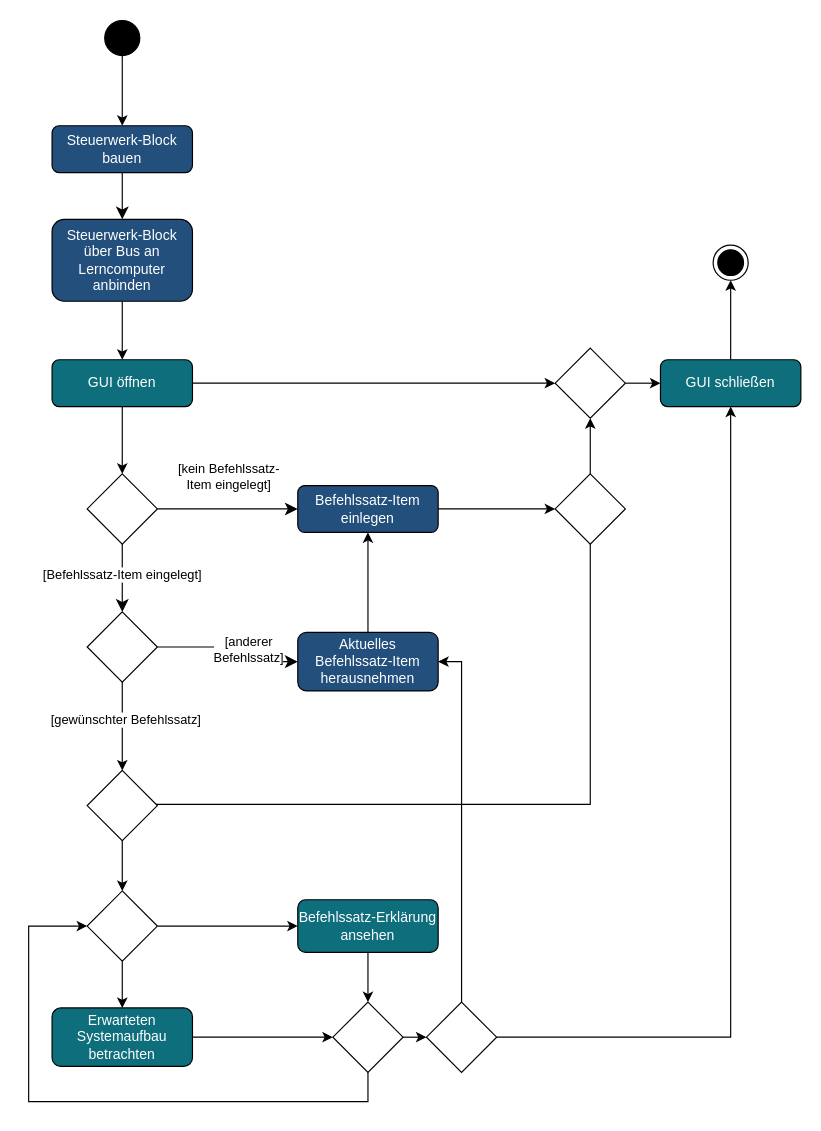
Before: AktivitaetsdiagrammSteuerwerk.drawio in LundiNord/RISCJ-Diagramms, a draw.io diagram. Source tidied: cells renumbered, new cells numbered last; positions are measured from the earlier drawing's top-left corner, leaving out a move shared by most shapes. Both pictures are drawn from the tidied source at 117%, with x=0, y=0 at pixel (28, 20).
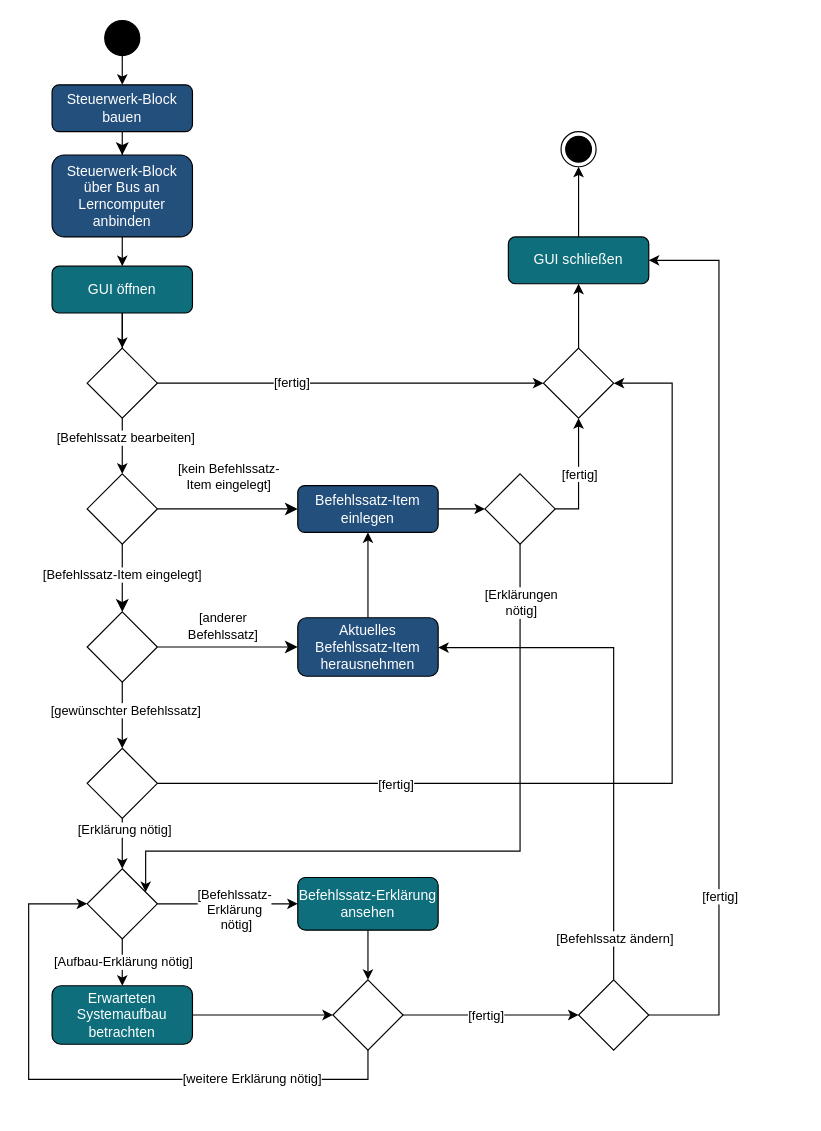
After the change.

Unchanged cells that the change refers to:
```xml
<mxCell id="6" style="rhombus;whiteSpace=wrap;html=1;shadow=0;fontFamily=Helvetica;fontSize=12;align=center;strokeWidth=1;spacing=6;spacingTop=-4;" parent="1" vertex="1">
  <mxGeometry x="50" y="387.5" width="60" height="60" as="geometry" />
</mxCell>
<mxCell id="9" value="Befehlssatz-Item einlegen" style="rounded=1;whiteSpace=wrap;html=1;fontSize=12;glass=0;strokeWidth=1;shadow=0;fontColor=#ffffff;fillColor=#234F7C;" parent="1" vertex="1">
  <mxGeometry x="230" y="397.5" width="120" height="40" as="geometry" />
</mxCell>
<mxCell id="25" style="edgeStyle=orthogonalEdgeStyle;rounded=0;jettySize=auto;html=1;" parent="1" edge="1" source="27" target="29">
  <mxGeometry relative="1" as="geometry" />
</mxCell>
<mxCell id="26" style="edgeStyle=orthogonalEdgeStyle;rounded=0;jettySize=auto;html=1;" parent="1" edge="1" source="27" target="31">
  <mxGeometry relative="1" as="geometry" />
</mxCell>
```

What changed in the source:
```diff
@@
     <mxCell id="3" value="Steuerwerk-Block bauen" style="rounded=1;whiteSpace=wrap;html=1;fontSize=12;glass=0;strokeWidth=1;shadow=0;fontColor=#ffffff;fillColor=#234f7c;" parent="1" vertex="1">
-      <mxGeometry x="20" y="90" width="120" height="40" as="geometry" />
+      <mxGeometry x="20" y="55" width="120" height="40" as="geometry" />
     </mxCell>
@@
     <mxCell id="7" style="edgeStyle=orthogonalEdgeStyle;rounded=0;jettySize=auto;html=1;" parent="1" edge="1" source="39" target="27">
       <mxGeometry relative="1" as="geometry">
         <Array as="points">
-          <mxPoint x="480" y="670" />
-          <mxPoint x="80" y="670" />
+          <mxPoint x="420" y="710" />
+          <mxPoint x="100" y="710" />
         </Array>
       </mxGeometry>
     </mxCell>
-    <mxCell id="8" style="edgeStyle=orthogonalEdgeStyle;rounded=0;jettySize=auto;html=1;" parent="1" edge="1" source="42" target="24">
-      <mxGeometry relative="1" as="geometry">
-        <Array as="points">
-          <mxPoint x="480" y="310" />
-        </Array>
-      </mxGeometry>
-    </mxCell>
+    <mxCell id="44" value="[Erklärungen &lt;br&gt;nötig]" style="edgeLabel;html=1;align=center;verticalAlign=middle;" parent="7" vertex="1">
+      <mxGeometry x="-0.64" y="1" relative="1" as="geometry">
+        <mxPoint x="-1" y="-61" as="offset" />
+      </mxGeometry>
+    </mxCell>
@@
     <mxCell id="15" value="Aktuelles Befehlssatz-Item herausnehmen" style="rounded=1;whiteSpace=wrap;html=1;fontSize=12;glass=0;strokeWidth=1;shadow=0;fontColor=#ffffff;fillColor=#234F7C;" parent="1" vertex="1">
-      <mxGeometry x="230" y="523" width="120" height="50" as="geometry" />
+      <mxGeometry x="230" y="510.5" width="120" height="50" as="geometry" />
     </mxCell>
@@
     <mxCell id="18" style="edgeStyle=orthogonalEdgeStyle;rounded=0;jettySize=auto;html=1;" parent="1" edge="1" source="19" target="22">
-      <mxGeometry relative="1" as="geometry">
-        <Array as="points">
-          <mxPoint x="80" y="260" />
-          <mxPoint x="80" y="260" />
-        </Array>
-      </mxGeometry>
+      <mxGeometry relative="1" as="geometry" />
     </mxCell>
     <mxCell id="19" value="Steuerwerk-Block über Bus an Lerncomputer anbinden" style="rounded=1;whiteSpace=wrap;html=1;fontSize=12;glass=0;strokeWidth=1;shadow=0;fontColor=#ffffff;fillColor=#234f7c;" parent="1" vertex="1">
-      <mxGeometry x="20" y="170" width="120" height="70" as="geometry" />
+      <mxGeometry x="20" y="115" width="120" height="70" as="geometry" />
     </mxCell>
-    <mxCell id="20" style="edgeStyle=orthogonalEdgeStyle;rounded=0;jettySize=auto;html=1;" parent="1" edge="1" source="22" target="6">
+    <mxCell id="20" style="edgeStyle=orthogonalEdgeStyle;rounded=0;jettySize=auto;html=1;" parent="1" edge="1" source="59" target="6">
       <mxGeometry relative="1" as="geometry" />
     </mxCell>
+    <mxCell id="45" value="[Befehlssatz bearbeiten]" style="edgeLabel;html=1;align=center;verticalAlign=middle;" parent="20" vertex="1">
+      <mxGeometry x="-0.32" y="2" relative="1" as="geometry" />
+    </mxCell>
     <mxCell id="21" style="edgeStyle=orthogonalEdgeStyle;rounded=0;jettySize=auto;html=1;" parent="1" edge="1" source="22" target="42">
-      <mxGeometry relative="1" as="geometry" />
+      <mxGeometry relative="1" as="geometry">
+        <Array as="points">
+          <mxPoint x="390" y="310" />
+          <mxPoint x="390" y="310" />
+        </Array>
+      </mxGeometry>
     </mxCell>
+    <mxCell id="46" value="[fertig]" style="edgeLabel;html=1;align=center;verticalAlign=middle;" parent="21" vertex="1">
+      <mxGeometry x="-0.03" y="1" relative="1" as="geometry" />
+    </mxCell>
     <mxCell id="22" value="GUI öffnen" style="rounded=1;whiteSpace=wrap;html=1;fontSize=12;glass=0;strokeWidth=1;shadow=0;fillColor=#0e6e7c;fontColor=#ffffff;" parent="1" vertex="1">
-      <mxGeometry x="20" y="290" width="120" height="40" as="geometry" />
+      <mxGeometry x="20" y="210" width="120" height="40" as="geometry" />
     </mxCell>
@@
     <mxCell id="24" value="GUI schließen" style="rounded=1;whiteSpace=wrap;html=1;fontSize=12;glass=0;strokeWidth=1;shadow=0;fillColor=#0e6e7c;fontColor=#ffffff;" parent="1" vertex="1">
-      <mxGeometry x="540" y="290" width="120" height="40" as="geometry" />
+      <mxGeometry x="410" y="185" width="120" height="40" as="geometry" />
     </mxCell>
@@
+    <mxCell id="47" value="[Befehlssatz-&lt;br&gt;Erklärung&lt;br&gt;&amp;nbsp;nötig]" style="edgeLabel;html=1;align=center;verticalAlign=middle;" parent="25" vertex="1">
+      <mxGeometry x="0.08" y="-4" relative="1" as="geometry" />
+    </mxCell>
@@
+    <mxCell id="48" value="[Aufbau-Erklärung nötig]" style="edgeLabel;html=1;align=center;verticalAlign=middle;" parent="26" vertex="1">
+      <mxGeometry x="-0.03" relative="1" as="geometry" />
+    </mxCell>
     <mxCell id="27" style="rhombus;whiteSpace=wrap;html=1;shadow=0;fontFamily=Helvetica;fontSize=12;align=center;strokeWidth=1;spacing=6;spacingTop=-4;" parent="1" vertex="1">
-      <mxGeometry x="50" y="744" width="60" height="60" as="geometry" />
+      <mxGeometry x="50" y="725" width="60" height="60" as="geometry" />
     </mxCell>
@@
     <mxCell id="29" value="Befehlssatz-Erklärung ansehen" style="rounded=1;whiteSpace=wrap;html=1;fontSize=12;glass=0;strokeWidth=1;shadow=0;fillColor=#0e6e7c;fontColor=#ffffff;" parent="1" vertex="1">
-      <mxGeometry x="230" y="751.5" width="120" height="45" as="geometry" />
+      <mxGeometry x="230" y="732.5" width="120" height="45" as="geometry" />
     </mxCell>
@@
     <mxCell id="31" value="Erwarteten Systemaufbau betrachten" style="rounded=1;whiteSpace=wrap;html=1;fontSize=12;glass=0;strokeWidth=1;shadow=0;fillColor=#0e6e7c;fontColor=#ffffff;" parent="1" vertex="1">
-      <mxGeometry x="20" y="844" width="120" height="50" as="geometry" />
+      <mxGeometry x="20" y="825" width="120" height="50" as="geometry" />
     </mxCell>
-    <mxCell id="32" style="edgeStyle=orthogonalEdgeStyle;rounded=0;jettySize=auto;html=1;entryX=0.5;entryY=1;entryDx=0;entryDy=0;" parent="1" edge="1" source="37" target="24">
-      <mxGeometry relative="1" as="geometry" />
+    <mxCell id="32" style="edgeStyle=orthogonalEdgeStyle;rounded=0;jettySize=auto;html=1;" parent="1" edge="1" source="37" target="24">
+      <mxGeometry relative="1" as="geometry">
+        <Array as="points">
+          <mxPoint x="590" y="850" />
+          <mxPoint x="590" y="205" />
+        </Array>
+      </mxGeometry>
     </mxCell>
+    <mxCell id="49" value="[fertig]" style="edgeLabel;html=1;align=center;verticalAlign=middle;" parent="32" vertex="1">
+      <mxGeometry x="-0.73" y="4" relative="1" as="geometry">
+        <mxPoint x="4" y="-59" as="offset" />
+      </mxGeometry>
+    </mxCell>
     <mxCell id="33" style="edgeStyle=orthogonalEdgeStyle;rounded=0;jettySize=auto;html=1;" parent="1" edge="1" source="35" target="27">
       <mxGeometry relative="1" as="geometry">
         <Array as="points">
-          <mxPoint x="290" y="924" />
-          <mxPoint y="924" />
-          <mxPoint y="774" />
+          <mxPoint x="290" y="905" />
+          <mxPoint y="905" />
+          <mxPoint y="755" />
         </Array>
       </mxGeometry>
     </mxCell>
+    <mxCell id="50" value="[weitere Erklärung nötig]" style="edgeLabel;html=1;align=center;verticalAlign=middle;" parent="33" vertex="1">
+      <mxGeometry x="-0.51" y="-1" relative="1" as="geometry">
+        <mxPoint x="1" as="offset" />
+      </mxGeometry>
+    </mxCell>
-    <mxCell id="34" style="edgeStyle=orthogonalEdgeStyle;rounded=0;jettySize=auto;html=1;entryX=1;entryY=0.5;entryDx=0;entryDy=0;" parent="1" edge="1" source="37" target="15">
-      <mxGeometry relative="1" as="geometry" />
+    <mxCell id="34" style="edgeStyle=orthogonalEdgeStyle;rounded=0;jettySize=auto;html=1;" parent="1" edge="1" source="37" target="15">
+      <mxGeometry relative="1" as="geometry">
+        <Array as="points">
+          <mxPoint x="500" y="536" />
+        </Array>
+      </mxGeometry>
     </mxCell>
+    <mxCell id="51" value="[Befehlssatz ändern]" style="edgeLabel;html=1;align=center;verticalAlign=middle;" parent="34" vertex="1">
+      <mxGeometry x="-0.2" y="3" relative="1" as="geometry">
+        <mxPoint x="3" y="138" as="offset" />
+      </mxGeometry>
+    </mxCell>
     <mxCell id="35" style="rhombus;whiteSpace=wrap;html=1;shadow=0;fontFamily=Helvetica;fontSize=12;align=center;strokeWidth=1;spacing=6;spacingTop=-4;" parent="1" vertex="1">
-      <mxGeometry x="260" y="839" width="60" height="60" as="geometry" />
+      <mxGeometry x="260" y="820" width="60" height="60" as="geometry" />
     </mxCell>
     <mxCell id="36" style="edgeStyle=orthogonalEdgeStyle;rounded=0;jettySize=auto;html=1;" parent="1" edge="1" source="35" target="37">
       <mxGeometry relative="1" as="geometry">
         <Array as="points">
-          <mxPoint x="370" y="869" />
+          <mxPoint x="370" y="850" />
         </Array>
       </mxGeometry>
     </mxCell>
+    <mxCell id="52" value="[fertig]" style="edgeLabel;html=1;align=center;verticalAlign=middle;" parent="36" vertex="1">
+      <mxGeometry x="0.07" y="7" relative="1" as="geometry">
+        <mxPoint x="-10" y="7" as="offset" />
+      </mxGeometry>
+    </mxCell>
     <mxCell id="37" style="rhombus;whiteSpace=wrap;html=1;shadow=0;fontFamily=Helvetica;fontSize=12;align=center;strokeWidth=1;spacing=6;spacingTop=-4;" parent="1" vertex="1">
-      <mxGeometry x="340" y="839" width="60" height="60" as="geometry" />
+      <mxGeometry x="470" y="820" width="60" height="60" as="geometry" />
     </mxCell>
     <mxCell id="38" style="edgeStyle=orthogonalEdgeStyle;rounded=0;jettySize=auto;html=1;" parent="1" edge="1" source="9" target="39">
-      <mxGeometry relative="1" as="geometry" />
+      <mxGeometry relative="1" as="geometry">
+        <Array as="points">
+          <mxPoint x="410" y="418" />
+          <mxPoint x="410" y="418" />
+        </Array>
+      </mxGeometry>
     </mxCell>
     <mxCell id="39" style="rhombus;whiteSpace=wrap;html=1;shadow=0;fontFamily=Helvetica;fontSize=12;align=center;strokeWidth=1;spacing=6;spacingTop=-4;" parent="1" vertex="1">
-      <mxGeometry x="450" y="387.5" width="60" height="60" as="geometry" />
+      <mxGeometry x="390" y="387.5" width="60" height="60" as="geometry" />
     </mxCell>
     <mxCell id="40" style="ellipse;html=1;shape=endState;fillColor=strokeColor;" parent="1" vertex="1">
-      <mxGeometry x="585" y="192" width="30" height="30" as="geometry" />
+      <mxGeometry x="455" y="95" width="30" height="30" as="geometry" />
     </mxCell>
     <mxCell id="41" style="edgeStyle=orthogonalEdgeStyle;rounded=0;jettySize=auto;html=1;" parent="1" edge="1" source="39" target="42">
-      <mxGeometry relative="1" as="geometry" />
+      <mxGeometry relative="1" as="geometry">
+        <Array as="points">
+          <mxPoint x="470" y="418" />
+        </Array>
+      </mxGeometry>
     </mxCell>
+    <mxCell id="53" value="[fertig]" style="edgeLabel;html=1;align=center;verticalAlign=middle;" parent="41" vertex="1">
+      <mxGeometry x="-0.43" y="1" relative="1" as="geometry">
+        <mxPoint x="1" y="-22" as="offset" />
+      </mxGeometry>
+    </mxCell>
+    <mxCell id="8" style="edgeStyle=orthogonalEdgeStyle;rounded=0;jettySize=auto;html=1;" parent="1" edge="1" source="42" target="24">
+      <mxGeometry relative="1" as="geometry" />
+    </mxCell>
     <mxCell id="42" style="rhombus;whiteSpace=wrap;html=1;shadow=0;fontFamily=Helvetica;fontSize=12;align=center;strokeWidth=1;spacing=6;spacingTop=-4;" parent="1" vertex="1">
-      <mxGeometry x="450" y="280" width="60" height="60" as="geometry" />
+      <mxGeometry x="440" y="280" width="60" height="60" as="geometry" />
     </mxCell>
+    <mxCell id="54" style="edgeStyle=orthogonalEdgeStyle;rounded=0;jettySize=auto;html=1;" parent="1" edge="1" source="43" target="27">
+      <mxGeometry relative="1" as="geometry" />
+    </mxCell>
+    <mxCell id="55" value="[Erklärung nötig]" style="edgeLabel;html=1;align=center;verticalAlign=middle;" parent="54" vertex="1">
+      <mxGeometry x="-0.57" y="1" relative="1" as="geometry" />
+    </mxCell>
+    <mxCell id="56" style="edgeStyle=orthogonalEdgeStyle;rounded=0;jettySize=auto;html=1;" parent="1" edge="1" source="43" target="42">
+      <mxGeometry relative="1" as="geometry">
+        <Array as="points">
+          <mxPoint x="550" y="652" />
+          <mxPoint x="550" y="310" />
+        </Array>
+      </mxGeometry>
+    </mxCell>
+    <mxCell id="57" value="[fertig]" style="edgeLabel;html=1;align=center;verticalAlign=middle;" parent="56" vertex="1">
+      <mxGeometry x="-0.68" y="-3" relative="1" as="geometry">
+        <mxPoint x="70" y="-3" as="offset" />
+      </mxGeometry>
+    </mxCell>
     <mxCell id="43" style="rhombus;whiteSpace=wrap;html=1;shadow=0;fontFamily=Helvetica;fontSize=12;align=center;strokeWidth=1;spacing=6;spacingTop=-4;" parent="1" vertex="1">
-      <mxGeometry x="50" y="641" width="60" height="60" as="geometry" />
+      <mxGeometry x="50" y="622" width="60" height="60" as="geometry" />
     </mxCell>
+    <mxCell id="58" style="edgeStyle=orthogonalEdgeStyle;rounded=0;jettySize=auto;html=1;" parent="1" edge="1" source="22" target="59">
+      <mxGeometry relative="1" as="geometry" />
+    </mxCell>
+    <mxCell id="59" style="rhombus;whiteSpace=wrap;html=1;shadow=0;fontFamily=Helvetica;fontSize=12;align=center;strokeWidth=1;spacing=6;spacingTop=-4;" parent="1" vertex="1">
+      <mxGeometry x="50" y="280" width="60" height="60" as="geometry" />
+    </mxCell>
```
